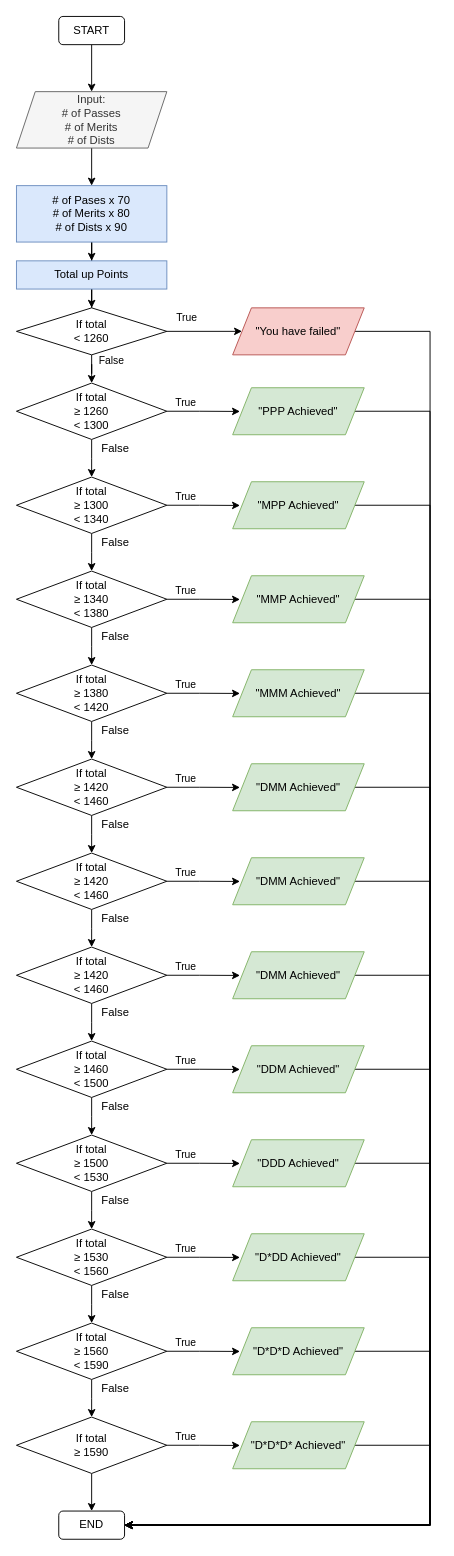
Before: Tasks/U6A2 P6 Flowchart.drawio in solcol/btec-grade-calculator, a draw.io diagram. Source tidied: cells renumbered, new cells numbered last; positions are measured from the earlier drawing's top-left corner, leaving out a move shared by most shapes. Both pictures are drawn from the tidied source at 94%, with x=0, y=0 at pixel (16, 16).
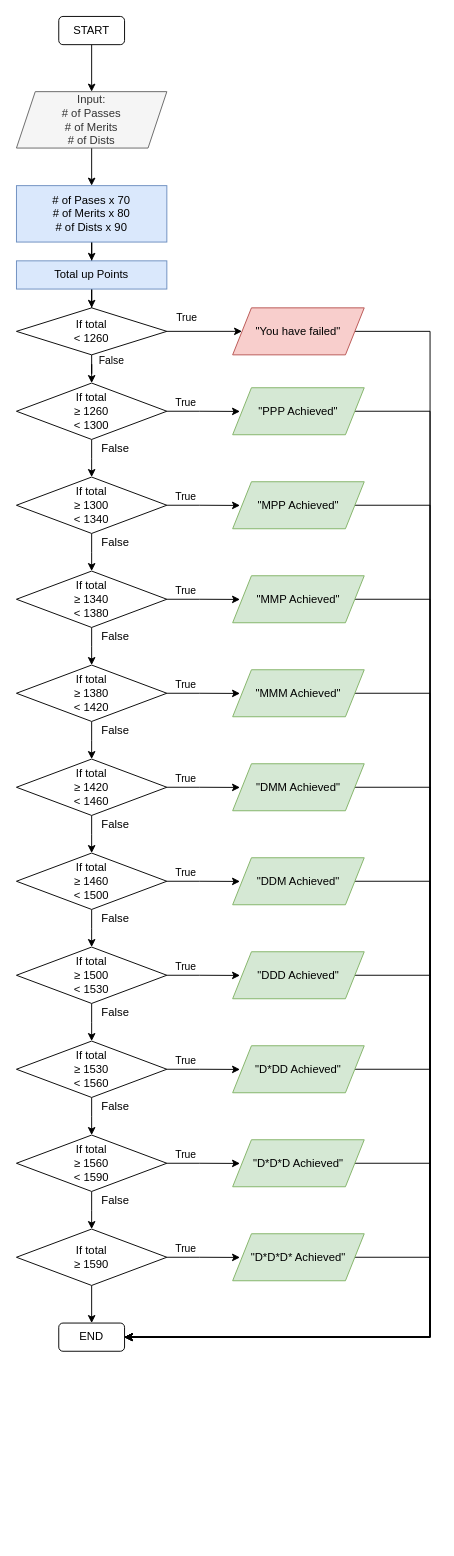
The same page after the edit.

Commit message (it also covers changes not shown here):
Fix flowchart + add Pseudocode

The change refers to these unchanged cells:
```xml
<mxCell id="16" value="&quot;You have failed&quot;" style="shape=parallelogram;perimeter=parallelogramPerimeter;whiteSpace=wrap;html=1;fixedSize=1;fillColor=#f8cecc;strokeColor=#b85450;" parent="1" vertex="1">
  <mxGeometry x="230" y="310" width="140" height="50" as="geometry" />
</mxCell>
<mxCell id="22" value="&quot;PPP Achieved&quot;" style="shape=parallelogram;perimeter=parallelogramPerimeter;whiteSpace=wrap;html=1;fixedSize=1;fillColor=#d5e8d4;strokeColor=#82b366;" parent="1" vertex="1">
  <mxGeometry x="230" y="395" width="140" height="50" as="geometry" />
</mxCell>
<mxCell id="29" value="&quot;MPP Achieved&quot;" style="shape=parallelogram;perimeter=parallelogramPerimeter;whiteSpace=wrap;html=1;fixedSize=1;fillColor=#d5e8d4;strokeColor=#82b366;" parent="1" vertex="1">
  <mxGeometry x="230" y="495" width="140" height="50" as="geometry" />
</mxCell>
<mxCell id="36" value="&quot;MMP Achieved&quot;" style="shape=parallelogram;perimeter=parallelogramPerimeter;whiteSpace=wrap;html=1;fixedSize=1;fillColor=#d5e8d4;strokeColor=#82b366;" parent="1" vertex="1">
  <mxGeometry x="230" y="595" width="140" height="50" as="geometry" />
</mxCell>
<mxCell id="43" value="&quot;MMM Achieved&quot;" style="shape=parallelogram;perimeter=parallelogramPerimeter;whiteSpace=wrap;html=1;fixedSize=1;fillColor=#d5e8d4;strokeColor=#82b366;" parent="1" vertex="1">
  <mxGeometry x="230" y="695" width="140" height="50" as="geometry" />
</mxCell>
<mxCell id="50" value="&quot;DMM Achieved&quot;" style="shape=parallelogram;perimeter=parallelogramPerimeter;whiteSpace=wrap;html=1;fixedSize=1;fillColor=#d5e8d4;strokeColor=#82b366;" parent="1" vertex="1">
  <mxGeometry x="230" y="795" width="140" height="50" as="geometry" />
</mxCell>
```

Diff of the diagram source:
```diff
@@
     <mxCell id="15" style="edgeStyle=orthogonalEdgeStyle;rounded=0;jettySize=auto;html=1;entryX=1;entryY=0.5;entryDx=0;entryDy=0;" parent="1" edge="1" source="16" target="100">
       <mxGeometry relative="1" as="geometry">
         <Array as="points">
           <mxPoint x="440" y="335" />
-          <mxPoint x="440" y="1605" />
+          <mxPoint x="440" y="1405" />
         </Array>
       </mxGeometry>
     </mxCell>
@@
     <mxCell id="21" style="edgeStyle=orthogonalEdgeStyle;rounded=0;jettySize=auto;html=1;entryX=1;entryY=0.5;entryDx=0;entryDy=0;" parent="1" edge="1" source="22" target="100">
       <mxGeometry relative="1" as="geometry">
         <Array as="points">
           <mxPoint x="440" y="420" />
-          <mxPoint x="440" y="1605" />
+          <mxPoint x="440" y="1405" />
         </Array>
       </mxGeometry>
     </mxCell>
@@
     <mxCell id="28" style="edgeStyle=orthogonalEdgeStyle;rounded=0;jettySize=auto;html=1;entryX=1;entryY=0.5;entryDx=0;entryDy=0;" parent="1" edge="1" source="29" target="100">
       <mxGeometry relative="1" as="geometry">
         <Array as="points">
           <mxPoint x="440" y="520" />
-          <mxPoint x="440" y="1605" />
+          <mxPoint x="440" y="1405" />
         </Array>
       </mxGeometry>
     </mxCell>
@@
     <mxCell id="35" style="edgeStyle=orthogonalEdgeStyle;rounded=0;jettySize=auto;html=1;entryX=1;entryY=0.5;entryDx=0;entryDy=0;" parent="1" edge="1" source="36" target="100">
       <mxGeometry relative="1" as="geometry">
         <Array as="points">
           <mxPoint x="440" y="620" />
-          <mxPoint x="440" y="1605" />
+          <mxPoint x="440" y="1405" />
         </Array>
       </mxGeometry>
     </mxCell>
@@
     <mxCell id="42" style="edgeStyle=orthogonalEdgeStyle;rounded=0;jettySize=auto;html=1;entryX=1;entryY=0.5;entryDx=0;entryDy=0;" parent="1" edge="1" source="43" target="100">
       <mxGeometry relative="1" as="geometry">
         <Array as="points">
           <mxPoint x="440" y="720" />
-          <mxPoint x="440" y="1605" />
+          <mxPoint x="440" y="1405" />
         </Array>
       </mxGeometry>
     </mxCell>
@@
     <mxCell id="49" style="edgeStyle=orthogonalEdgeStyle;rounded=0;jettySize=auto;html=1;entryX=1;entryY=0.5;entryDx=0;entryDy=0;" parent="1" edge="1" source="50" target="100">
       <mxGeometry relative="1" as="geometry">
         <Array as="points">
           <mxPoint x="440" y="820" />
-          <mxPoint x="440" y="1605" />
+          <mxPoint x="440" y="1405" />
         </Array>
       </mxGeometry>
     </mxCell>
@@
-    <mxCell id="55" value="If total&lt;br&gt;&lt;div&gt;≥ 1420&lt;br&gt;&lt;/div&gt;&amp;lt; 1460" style="rhombus;whiteSpace=wrap;html=1;" parent="1" vertex="1">
+    <mxCell id="55" value="If total&lt;br&gt;&lt;div&gt;≥ 1460&lt;br&gt;&lt;/div&gt;&amp;lt; 1500" style="rhombus;whiteSpace=wrap;html=1;" parent="1" vertex="1">
       <mxGeometry y="890" width="160" height="60" as="geometry" />
     </mxCell>
     <mxCell id="56" style="edgeStyle=orthogonalEdgeStyle;rounded=0;jettySize=auto;html=1;entryX=1;entryY=0.5;entryDx=0;entryDy=0;" parent="1" edge="1" source="57" target="100">
       <mxGeometry relative="1" as="geometry">
         <Array as="points">
           <mxPoint x="440" y="920" />
-          <mxPoint x="440" y="1605" />
+          <mxPoint x="440" y="1405" />
         </Array>
       </mxGeometry>
     </mxCell>
-    <mxCell id="57" value="&quot;DMM Achieved&quot;" style="shape=parallelogram;perimeter=parallelogramPerimeter;whiteSpace=wrap;html=1;fixedSize=1;fillColor=#d5e8d4;strokeColor=#82b366;" parent="1" vertex="1">
+    <mxCell id="57" value="&quot;DDM Achieved&quot;" style="shape=parallelogram;perimeter=parallelogramPerimeter;whiteSpace=wrap;html=1;fixedSize=1;fillColor=#d5e8d4;strokeColor=#82b366;" parent="1" vertex="1">
       <mxGeometry x="230" y="895" width="140" height="50" as="geometry" />
     </mxCell>
@@
-    <mxCell id="62" value="If total&lt;br&gt;&lt;div&gt;≥ 1420&lt;br&gt;&lt;/div&gt;&amp;lt; 1460" style="rhombus;whiteSpace=wrap;html=1;" parent="1" vertex="1">
+    <mxCell id="62" value="If total&lt;br&gt;&lt;div&gt;≥ 1500&lt;br&gt;&lt;/div&gt;&amp;lt; 1530" style="rhombus;whiteSpace=wrap;html=1;" parent="1" vertex="1">
       <mxGeometry y="990" width="160" height="60" as="geometry" />
     </mxCell>
     <mxCell id="63" style="edgeStyle=orthogonalEdgeStyle;rounded=0;jettySize=auto;html=1;entryX=1;entryY=0.5;entryDx=0;entryDy=0;" parent="1" edge="1" source="64" target="100">
       <mxGeometry relative="1" as="geometry">
         <Array as="points">
           <mxPoint x="440" y="1020" />
-          <mxPoint x="440" y="1605" />
+          <mxPoint x="440" y="1405" />
         </Array>
       </mxGeometry>
     </mxCell>
-    <mxCell id="64" value="&quot;DMM Achieved&quot;" style="shape=parallelogram;perimeter=parallelogramPerimeter;whiteSpace=wrap;html=1;fixedSize=1;fillColor=#d5e8d4;strokeColor=#82b366;" parent="1" vertex="1">
+    <mxCell id="64" value="&quot;DDD Achieved&quot;" style="shape=parallelogram;perimeter=parallelogramPerimeter;whiteSpace=wrap;html=1;fixedSize=1;fillColor=#d5e8d4;strokeColor=#82b366;" parent="1" vertex="1">
       <mxGeometry x="230" y="995" width="140" height="50" as="geometry" />
     </mxCell>
@@
-    <mxCell id="69" value="If total&lt;br&gt;&lt;div&gt;≥ 1460&lt;br&gt;&lt;/div&gt;&amp;lt; 1500" style="rhombus;whiteSpace=wrap;html=1;" parent="1" vertex="1">
+    <mxCell id="69" value="If total&lt;br&gt;&lt;div&gt;≥ 1530&lt;br&gt;&lt;/div&gt;&amp;lt; 1560" style="rhombus;whiteSpace=wrap;html=1;" parent="1" vertex="1">
       <mxGeometry y="1090" width="160" height="60" as="geometry" />
     </mxCell>
     <mxCell id="70" style="edgeStyle=orthogonalEdgeStyle;rounded=0;jettySize=auto;html=1;entryX=1;entryY=0.5;entryDx=0;entryDy=0;" parent="1" edge="1" source="71" target="100">
       <mxGeometry relative="1" as="geometry">
         <Array as="points">
           <mxPoint x="440" y="1120" />
-          <mxPoint x="440" y="1605" />
+          <mxPoint x="440" y="1405" />
         </Array>
       </mxGeometry>
     </mxCell>
-    <mxCell id="71" value="&quot;DDM Achieved&quot;" style="shape=parallelogram;perimeter=parallelogramPerimeter;whiteSpace=wrap;html=1;fixedSize=1;fillColor=#d5e8d4;strokeColor=#82b366;" parent="1" vertex="1">
+    <mxCell id="71" value="&quot;D*DD Achieved&quot;" style="shape=parallelogram;perimeter=parallelogramPerimeter;whiteSpace=wrap;html=1;fixedSize=1;fillColor=#d5e8d4;strokeColor=#82b366;" parent="1" vertex="1">
       <mxGeometry x="230" y="1095" width="140" height="50" as="geometry" />
     </mxCell>
@@
-    <mxCell id="76" value="If total&lt;br&gt;&lt;div&gt;≥ 1500&lt;br&gt;&lt;/div&gt;&amp;lt; 1530" style="rhombus;whiteSpace=wrap;html=1;" parent="1" vertex="1">
+    <mxCell id="76" value="If total&lt;br&gt;&lt;div&gt;≥ 1560&lt;br&gt;&lt;/div&gt;&amp;lt; 1590" style="rhombus;whiteSpace=wrap;html=1;" parent="1" vertex="1">
       <mxGeometry y="1190" width="160" height="60" as="geometry" />
     </mxCell>
     <mxCell id="77" style="edgeStyle=orthogonalEdgeStyle;rounded=0;jettySize=auto;html=1;entryX=1;entryY=0.5;entryDx=0;entryDy=0;" parent="1" edge="1" source="78" target="100">
       <mxGeometry relative="1" as="geometry">
         <Array as="points">
           <mxPoint x="440" y="1220" />
-          <mxPoint x="440" y="1605" />
+          <mxPoint x="440" y="1405" />
         </Array>
       </mxGeometry>
     </mxCell>
-    <mxCell id="78" value="&quot;DDD Achieved&quot;" style="shape=parallelogram;perimeter=parallelogramPerimeter;whiteSpace=wrap;html=1;fixedSize=1;fillColor=#d5e8d4;strokeColor=#82b366;" parent="1" vertex="1">
+    <mxCell id="78" value="&quot;D*D*D Achieved&quot;" style="shape=parallelogram;perimeter=parallelogramPerimeter;whiteSpace=wrap;html=1;fixedSize=1;fillColor=#d5e8d4;strokeColor=#82b366;" parent="1" vertex="1">
       <mxGeometry x="230" y="1195" width="140" height="50" as="geometry" />
     </mxCell>
@@
-    <mxCell id="80" style="edgeStyle=orthogonalEdgeStyle;rounded=0;jettySize=auto;html=1;entryX=0.056;entryY=0.504;entryDx=0;entryDy=0;entryPerimeter=0;" parent="1" edge="1" source="83" target="85">
-      <mxGeometry relative="1" as="geometry" />
-    </mxCell>
-    <mxCell id="81" value="True" style="edgeLabel;html=1;align=center;verticalAlign=middle;" parent="80" vertex="1">
-      <mxGeometry x="-0.75" y="2" relative="1" as="geometry">
-        <mxPoint x="9" y="-8" as="offset" />
-      </mxGeometry>
-    </mxCell>
-    <mxCell id="82" style="edgeStyle=orthogonalEdgeStyle;rounded=0;jettySize=auto;html=1;" parent="1" edge="1" source="83">
-      <mxGeometry relative="1" as="geometry">
-        <mxPoint x="80" y="1390" as="targetPoint" />
-      </mxGeometry>
-    </mxCell>
-    <mxCell id="83" value="If total&lt;br&gt;&lt;div&gt;≥ 1530&lt;br&gt;&lt;/div&gt;&amp;lt; 1560" style="rhombus;whiteSpace=wrap;html=1;" parent="1" vertex="1">
-      <mxGeometry y="1290" width="160" height="60" as="geometry" />
-    </mxCell>
-    <mxCell id="84" style="edgeStyle=orthogonalEdgeStyle;rounded=0;jettySize=auto;html=1;entryX=1;entryY=0.5;entryDx=0;entryDy=0;" parent="1" edge="1" source="85" target="100">
-      <mxGeometry relative="1" as="geometry">
-        <Array as="points">
-          <mxPoint x="440" y="1320" />
-          <mxPoint x="440" y="1605" />
-        </Array>
-      </mxGeometry>
-    </mxCell>
-    <mxCell id="85" value="&quot;D*DD Achieved&quot;" style="shape=parallelogram;perimeter=parallelogramPerimeter;whiteSpace=wrap;html=1;fixedSize=1;fillColor=#d5e8d4;strokeColor=#82b366;" parent="1" vertex="1">
-      <mxGeometry x="230" y="1295" width="140" height="50" as="geometry" />
-    </mxCell>
-    <mxCell id="86" value="False" style="text;html=1;align=center;verticalAlign=middle;strokeColor=none;fillColor=none;" parent="1" vertex="1">
-      <mxGeometry x="80" y="1350" width="50" height="20" as="geometry" />
-    </mxCell>
-    <mxCell id="87" style="edgeStyle=orthogonalEdgeStyle;rounded=0;jettySize=auto;html=1;entryX=0.056;entryY=0.504;entryDx=0;entryDy=0;entryPerimeter=0;" parent="1" edge="1" source="90" target="92">
-      <mxGeometry relative="1" as="geometry" />
-    </mxCell>
-    <mxCell id="88" value="True" style="edgeLabel;html=1;align=center;verticalAlign=middle;" parent="87" vertex="1">
-      <mxGeometry x="-0.75" y="2" relative="1" as="geometry">
-        <mxPoint x="9" y="-8" as="offset" />
-      </mxGeometry>
-    </mxCell>
-    <mxCell id="89" style="edgeStyle=orthogonalEdgeStyle;rounded=0;jettySize=auto;html=1;" parent="1" edge="1" source="90">
-      <mxGeometry relative="1" as="geometry">
-        <mxPoint x="80" y="1490" as="targetPoint" />
-      </mxGeometry>
-    </mxCell>
-    <mxCell id="90" value="If total&lt;br&gt;&lt;div&gt;≥ 1560&lt;br&gt;&lt;/div&gt;&amp;lt; 1590" style="rhombus;whiteSpace=wrap;html=1;" parent="1" vertex="1">
-      <mxGeometry y="1390" width="160" height="60" as="geometry" />
-    </mxCell>
-    <mxCell id="91" style="edgeStyle=orthogonalEdgeStyle;rounded=0;jettySize=auto;html=1;entryX=1;entryY=0.5;entryDx=0;entryDy=0;" parent="1" edge="1" source="92" target="100">
-      <mxGeometry relative="1" as="geometry">
-        <Array as="points">
-          <mxPoint x="440" y="1420" />
-          <mxPoint x="440" y="1605" />
-        </Array>
-      </mxGeometry>
-    </mxCell>
-    <mxCell id="92" value="&quot;D*D*D Achieved&quot;" style="shape=parallelogram;perimeter=parallelogramPerimeter;whiteSpace=wrap;html=1;fixedSize=1;fillColor=#d5e8d4;strokeColor=#82b366;" parent="1" vertex="1">
-      <mxGeometry x="230" y="1395" width="140" height="50" as="geometry" />
-    </mxCell>
-    <mxCell id="93" value="False" style="text;html=1;align=center;verticalAlign=middle;strokeColor=none;fillColor=none;" parent="1" vertex="1">
-      <mxGeometry x="80" y="1450" width="50" height="20" as="geometry" />
-    </mxCell>
@@
     <mxCell id="97" value="If total&lt;br&gt;&lt;div&gt;≥ 1590&lt;br&gt;&lt;/div&gt;" style="rhombus;whiteSpace=wrap;html=1;" parent="1" vertex="1">
-      <mxGeometry y="1490" width="160" height="60" as="geometry" />
+      <mxGeometry y="1290" width="160" height="60" as="geometry" />
     </mxCell>
     <mxCell id="98" style="edgeStyle=orthogonalEdgeStyle;rounded=0;jettySize=auto;html=1;entryX=1;entryY=0.5;entryDx=0;entryDy=0;" parent="1" edge="1" source="99" target="100">
       <mxGeometry relative="1" as="geometry">
         <Array as="points">
-          <mxPoint x="440" y="1520" />
-          <mxPoint x="440" y="1605" />
+          <mxPoint x="440" y="1320" />
+          <mxPoint x="440" y="1405" />
         </Array>
       </mxGeometry>
     </mxCell>
     <mxCell id="99" value="&quot;D*D*D* Achieved&quot;" style="shape=parallelogram;perimeter=parallelogramPerimeter;whiteSpace=wrap;html=1;fixedSize=1;fillColor=#d5e8d4;strokeColor=#82b366;" parent="1" vertex="1">
-      <mxGeometry x="230" y="1495" width="140" height="50" as="geometry" />
+      <mxGeometry x="230" y="1295" width="140" height="50" as="geometry" />
     </mxCell>
     <mxCell id="100" value="END" style="rounded=1;whiteSpace=wrap;html=1;" parent="1" vertex="1">
-      <mxGeometry x="45" y="1590" width="70" height="30" as="geometry" />
+      <mxGeometry x="45" y="1390" width="70" height="30" as="geometry" />
     </mxCell>
```
